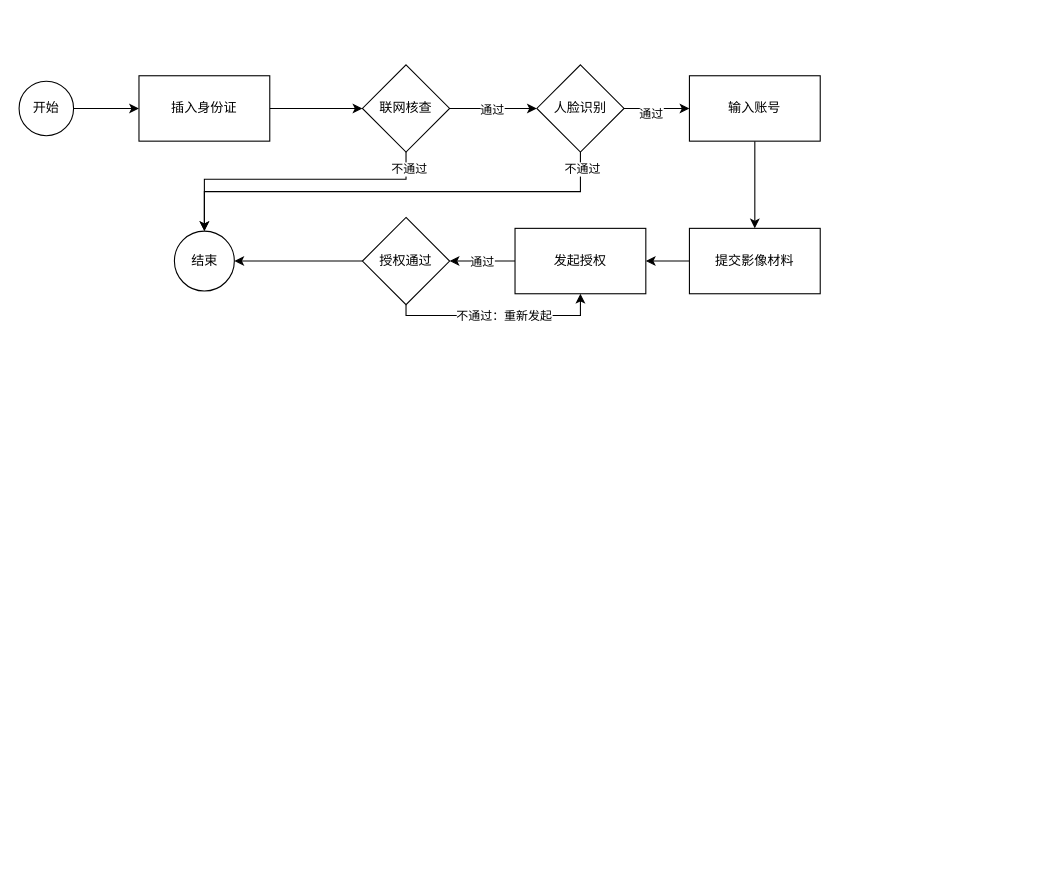
Earlier version of the draw.io diagram flat/移动展业久悬销户.drawio (dadadahei/UML). Source tidied: cells renumbered, new cells numbered last; positions are measured from the earlier drawing's top-left corner, leaving out a move shared by most shapes. Both pictures are drawn from the tidied source at 109%, with x=0, y=0 at pixel (19, 64).
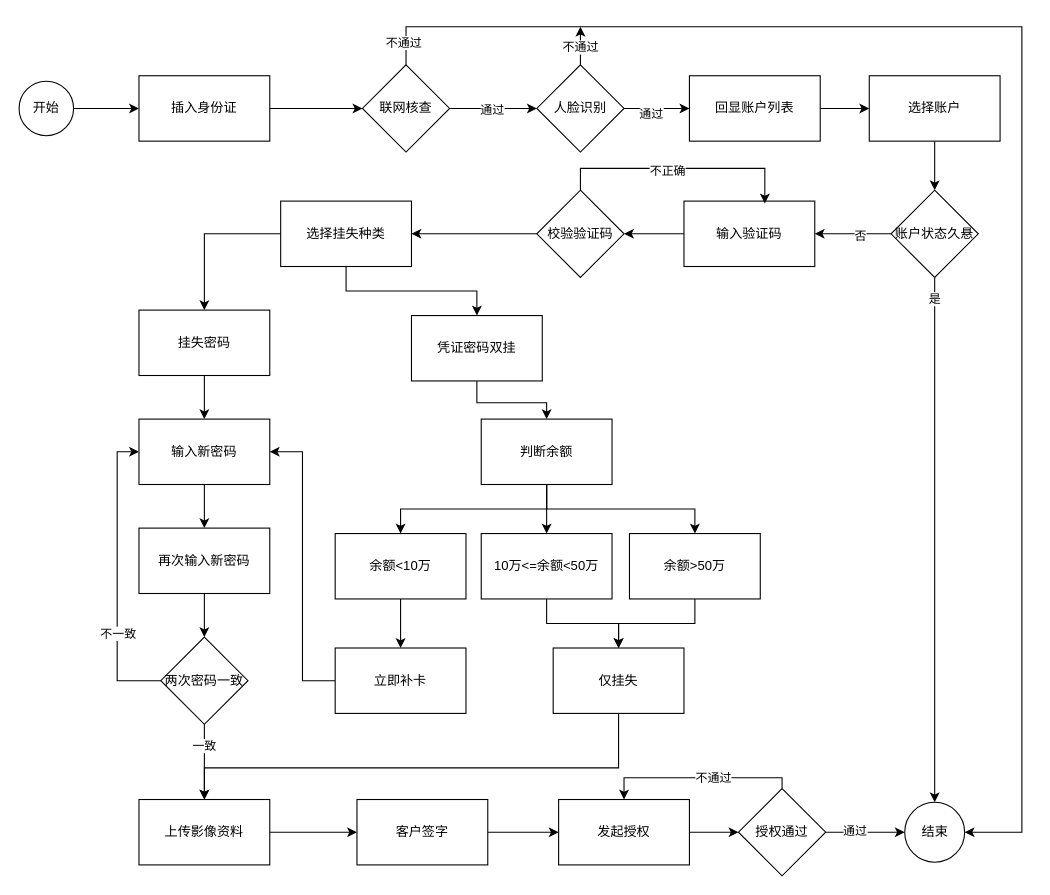
After the change.

Commit message:
移动展业挂失补卡.drawio

Unchanged cells that the change refers to:
```xml
<mxCell id="10" value="联网核查" style="rhombus;whiteSpace=wrap;html=1;" parent="1" vertex="1">
  <mxGeometry x="315" width="80" height="80" as="geometry" />
</mxCell>
<mxCell id="15" value="人脸识别" style="rhombus;whiteSpace=wrap;html=1;" parent="1" vertex="1">
  <mxGeometry x="475" width="80" height="80" as="geometry" />
</mxCell>
<mxCell id="20" style="edgeStyle=orthogonalEdgeStyle;rounded=0;jettySize=auto;html=1;" parent="1" edge="1" source="22" target="27">
  <mxGeometry relative="1" as="geometry" />
</mxCell>
```

Change to the diagram source:
```diff
@@
-    <mxCell id="8" style="edgeStyle=orthogonalEdgeStyle;rounded=0;jettySize=auto;html=1;entryX=0.5;entryY=0;entryDx=0;entryDy=0;" parent="1" edge="1" source="10" target="24">
+    <mxCell id="8" style="edgeStyle=orthogonalEdgeStyle;rounded=0;jettySize=auto;html=1;entryX=1;entryY=0.5;entryDx=0;entryDy=0;" parent="1" edge="1" source="10" target="24">
       <mxGeometry relative="1" as="geometry">
         <Array as="points">
-          <mxPoint x="355" y="105" />
-          <mxPoint x="170" y="105" />
+          <mxPoint x="355" y="-35" />
+          <mxPoint x="920" y="-35" />
+          <mxPoint x="920" y="704" />
         </Array>
       </mxGeometry>
     </mxCell>
-    <mxCell id="9" value="不通过" style="edgeLabel;html=1;align=center;verticalAlign=middle;" parent="8" vertex="1">
-      <mxGeometry x="-0.88" y="2" relative="1" as="geometry" />
-    </mxCell>
+    <mxCell id="28" value="不通过" style="edgeLabel;html=1;align=center;verticalAlign=middle;" parent="8" vertex="1">
+      <mxGeometry x="-0.97" y="3" relative="1" as="geometry" />
+    </mxCell>
@@
-    <mxCell id="13" style="edgeStyle=orthogonalEdgeStyle;rounded=0;jettySize=auto;html=1;entryX=0.5;entryY=0;entryDx=0;entryDy=0;exitX=0.5;exitY=1;exitDx=0;exitDy=0;" parent="1" edge="1" source="15" target="24">
-      <mxGeometry relative="1" as="geometry" />
-    </mxCell>
-    <mxCell id="14" value="不通过" style="edgeLabel;html=1;align=center;verticalAlign=middle;" parent="13" vertex="1">
-      <mxGeometry x="-0.93" y="1" relative="1" as="geometry" />
-    </mxCell>
+    <mxCell id="29" style="edgeStyle=orthogonalEdgeStyle;rounded=0;jettySize=auto;html=1;" parent="1" edge="1" source="15">
+      <mxGeometry relative="1" as="geometry">
+        <mxPoint x="515" y="-35" as="targetPoint" />
+      </mxGeometry>
+    </mxCell>
+    <mxCell id="30" value="不通过" style="edgeLabel;html=1;align=center;verticalAlign=middle;" parent="29" vertex="1">
+      <mxGeometry x="-0.16" y="1" relative="1" as="geometry">
+        <mxPoint y="-2" as="offset" />
+      </mxGeometry>
+    </mxCell>
@@
-    <mxCell id="16" style="edgeStyle=orthogonalEdgeStyle;rounded=0;jettySize=auto;html=1;" parent="1" edge="1" source="17">
-      <mxGeometry relative="1" as="geometry">
-        <mxPoint x="675" y="150" as="targetPoint" />
-      </mxGeometry>
-    </mxCell>
+    <mxCell id="31" style="edgeStyle=orthogonalEdgeStyle;rounded=0;jettySize=auto;html=1;" parent="1" edge="1" source="17" target="72">
+      <mxGeometry relative="1" as="geometry" />
+    </mxCell>
-    <mxCell id="17" value="输入账号" style="whiteSpace=wrap;html=1;" parent="1" vertex="1">
+    <mxCell id="17" value="回显账户列表" style="whiteSpace=wrap;html=1;" parent="1" vertex="1">
       <mxGeometry x="615" y="10" width="120" height="60" as="geometry" />
     </mxCell>
-    <mxCell id="18" style="edgeStyle=orthogonalEdgeStyle;rounded=0;jettySize=auto;html=1;" parent="1" edge="1" source="19" target="22">
-      <mxGeometry relative="1" as="geometry" />
-    </mxCell>
-    <mxCell id="19" value="提交影像材料" style="whiteSpace=wrap;html=1;" parent="1" vertex="1">
-      <mxGeometry x="615" y="150" width="120" height="60" as="geometry" />
-    </mxCell>
+    <mxCell id="24" value="结束" style="ellipse;whiteSpace=wrap;html=1;" parent="1" vertex="1">
+      <mxGeometry x="812.5" y="676.5" width="55" height="55" as="geometry" />
+    </mxCell>
+    <mxCell id="32" style="edgeStyle=orthogonalEdgeStyle;rounded=0;jettySize=auto;html=1;" parent="1" edge="1" source="33" target="35">
+      <mxGeometry relative="1" as="geometry" />
+    </mxCell>
+    <mxCell id="33" value="输入验证码" style="whiteSpace=wrap;html=1;" parent="1" vertex="1">
+      <mxGeometry x="610" y="125" width="120" height="60" as="geometry" />
+    </mxCell>
+    <mxCell id="34" style="edgeStyle=orthogonalEdgeStyle;rounded=0;jettySize=auto;html=1;" parent="1" edge="1" source="35" target="38">
+      <mxGeometry relative="1" as="geometry" />
+    </mxCell>
+    <mxCell id="35" value="校验验证码" style="rhombus;whiteSpace=wrap;html=1;" parent="1" vertex="1">
+      <mxGeometry x="475" y="115" width="80" height="80" as="geometry" />
+    </mxCell>
+    <mxCell id="36" style="edgeStyle=orthogonalEdgeStyle;rounded=0;jettySize=auto;html=1;" parent="1" edge="1" source="38" target="40">
+      <mxGeometry relative="1" as="geometry" />
+    </mxCell>
+    <mxCell id="37" style="edgeStyle=orthogonalEdgeStyle;rounded=0;jettySize=auto;html=1;" parent="1" edge="1" source="38" target="42">
+      <mxGeometry relative="1" as="geometry" />
+    </mxCell>
+    <mxCell id="38" value="选择挂失种类" style="whiteSpace=wrap;html=1;" parent="1" vertex="1">
+      <mxGeometry x="240" y="125" width="120" height="60" as="geometry" />
+    </mxCell>
+    <mxCell id="39" style="edgeStyle=orthogonalEdgeStyle;rounded=0;jettySize=auto;html=1;" parent="1" edge="1" source="40" target="44">
+      <mxGeometry relative="1" as="geometry" />
+    </mxCell>
+    <mxCell id="40" value="挂失密码" style="whiteSpace=wrap;html=1;" parent="1" vertex="1">
+      <mxGeometry x="110" y="225" width="120" height="60" as="geometry" />
+    </mxCell>
+    <mxCell id="41" style="edgeStyle=orthogonalEdgeStyle;rounded=0;jettySize=auto;html=1;" parent="1" edge="1" source="42" target="55">
+      <mxGeometry relative="1" as="geometry" />
+    </mxCell>
+    <mxCell id="42" value="凭证密码双挂" style="whiteSpace=wrap;html=1;" parent="1" vertex="1">
+      <mxGeometry x="360" y="230" width="120" height="60" as="geometry" />
+    </mxCell>
+    <mxCell id="43" style="edgeStyle=orthogonalEdgeStyle;rounded=0;jettySize=auto;html=1;" parent="1" edge="1" source="44" target="46">
+      <mxGeometry relative="1" as="geometry" />
+    </mxCell>
+    <mxCell id="44" value="输入新密码" style="whiteSpace=wrap;html=1;" parent="1" vertex="1">
+      <mxGeometry x="110" y="325" width="120" height="60" as="geometry" />
+    </mxCell>
+    <mxCell id="45" style="edgeStyle=orthogonalEdgeStyle;rounded=0;jettySize=auto;html=1;" parent="1" edge="1" source="46" target="51">
+      <mxGeometry relative="1" as="geometry" />
+    </mxCell>
+    <mxCell id="46" value="再次输入新密码" style="whiteSpace=wrap;html=1;" parent="1" vertex="1">
+      <mxGeometry x="110" y="425" width="120" height="60" as="geometry" />
+    </mxCell>
+    <mxCell id="47" style="edgeStyle=orthogonalEdgeStyle;rounded=0;jettySize=auto;html=1;" parent="1" edge="1" source="51" target="65">
+      <mxGeometry relative="1" as="geometry" />
+    </mxCell>
+    <mxCell id="48" value="一致" style="edgeLabel;html=1;align=center;verticalAlign=middle;" parent="47" vertex="1">
+      <mxGeometry x="-0.45" y="-1" relative="1" as="geometry" />
+    </mxCell>
+    <mxCell id="49" style="edgeStyle=orthogonalEdgeStyle;rounded=0;jettySize=auto;html=1;entryX=0;entryY=0.5;entryDx=0;entryDy=0;exitX=0;exitY=0.5;exitDx=0;exitDy=0;" parent="1" edge="1" source="51" target="44">
+      <mxGeometry relative="1" as="geometry" />
+    </mxCell>
+    <mxCell id="50" value="不一致" style="edgeLabel;html=1;align=center;verticalAlign=middle;" parent="49" vertex="1">
+      <mxGeometry x="-0.38" relative="1" as="geometry" />
+    </mxCell>
+    <mxCell id="51" value="两次密码一致" style="rhombus;whiteSpace=wrap;html=1;" parent="1" vertex="1">
+      <mxGeometry x="130" y="525" width="80" height="80" as="geometry" />
+    </mxCell>
+    <mxCell id="52" style="edgeStyle=orthogonalEdgeStyle;rounded=0;jettySize=auto;html=1;" parent="1" edge="1" source="55" target="57">
+      <mxGeometry relative="1" as="geometry" />
+    </mxCell>
+    <mxCell id="53" style="edgeStyle=orthogonalEdgeStyle;rounded=0;jettySize=auto;html=1;exitX=0.5;exitY=1;exitDx=0;exitDy=0;" parent="1" edge="1" source="55" target="61">
+      <mxGeometry relative="1" as="geometry" />
+    </mxCell>
+    <mxCell id="54" style="edgeStyle=orthogonalEdgeStyle;rounded=0;jettySize=auto;html=1;exitX=0.5;exitY=1;exitDx=0;exitDy=0;" parent="1" edge="1" source="55" target="63">
+      <mxGeometry relative="1" as="geometry" />
+    </mxCell>
+    <mxCell id="55" value="判断余额" style="whiteSpace=wrap;html=1;" parent="1" vertex="1">
+      <mxGeometry x="424" y="325" width="120" height="60" as="geometry" />
+    </mxCell>
+    <mxCell id="56" style="edgeStyle=orthogonalEdgeStyle;rounded=0;jettySize=auto;html=1;entryX=0.5;entryY=0;entryDx=0;entryDy=0;" parent="1" edge="1" source="57" target="70">
+      <mxGeometry relative="1" as="geometry" />
+    </mxCell>
+    <mxCell id="57" value="10万&amp;lt;=余额&amp;lt;50万" style="whiteSpace=wrap;html=1;" parent="1" vertex="1">
+      <mxGeometry x="424" y="430" width="120" height="60" as="geometry" />
+    </mxCell>
+    <mxCell id="58" style="edgeStyle=orthogonalEdgeStyle;rounded=0;jettySize=auto;html=1;entryX=1;entryY=0.5;entryDx=0;entryDy=0;" parent="1" edge="1" source="59" target="44">
+      <mxGeometry relative="1" as="geometry" />
+    </mxCell>
+    <mxCell id="59" value="立即补卡" style="whiteSpace=wrap;html=1;" parent="1" vertex="1">
+      <mxGeometry x="290" y="535" width="120" height="60" as="geometry" />
+    </mxCell>
+    <mxCell id="60" style="edgeStyle=orthogonalEdgeStyle;rounded=0;jettySize=auto;html=1;entryX=0.5;entryY=0;entryDx=0;entryDy=0;" parent="1" edge="1" source="61" target="70">
+      <mxGeometry relative="1" as="geometry" />
+    </mxCell>
+    <mxCell id="61" value="余额&amp;gt;50万" style="whiteSpace=wrap;html=1;" parent="1" vertex="1">
+      <mxGeometry x="560" y="430" width="120" height="60" as="geometry" />
+    </mxCell>
+    <mxCell id="62" style="edgeStyle=orthogonalEdgeStyle;rounded=0;jettySize=auto;html=1;" parent="1" edge="1" source="63" target="59">
+      <mxGeometry relative="1" as="geometry" />
+    </mxCell>
+    <mxCell id="63" value="余额&amp;lt;10万" style="whiteSpace=wrap;html=1;" parent="1" vertex="1">
+      <mxGeometry x="290" y="430" width="120" height="60" as="geometry" />
+    </mxCell>
+    <mxCell id="64" style="edgeStyle=orthogonalEdgeStyle;rounded=0;jettySize=auto;html=1;" parent="1" edge="1" source="65" target="67">
+      <mxGeometry relative="1" as="geometry" />
+    </mxCell>
+    <mxCell id="65" value="上传影像资料" style="whiteSpace=wrap;html=1;" parent="1" vertex="1">
+      <mxGeometry x="110" y="674" width="120" height="60" as="geometry" />
+    </mxCell>
+    <mxCell id="66" style="edgeStyle=orthogonalEdgeStyle;rounded=0;jettySize=auto;html=1;" parent="1" edge="1" source="67" target="22">
+      <mxGeometry relative="1" as="geometry" />
+    </mxCell>
+    <mxCell id="67" value="客户签字" style="whiteSpace=wrap;html=1;" parent="1" vertex="1">
+      <mxGeometry x="310" y="674" width="120" height="60" as="geometry" />
+    </mxCell>
+    <mxCell id="23" style="edgeStyle=orthogonalEdgeStyle;rounded=0;jettySize=auto;html=1;" parent="1" edge="1" source="27" target="24">
+      <mxGeometry relative="1" as="geometry" />
+    </mxCell>
+    <mxCell id="21" value="通过" style="edgeLabel;html=1;align=center;verticalAlign=middle;" parent="23" vertex="1">
+      <mxGeometry x="-0.28" y="2" relative="1" as="geometry" />
+    </mxCell>
+    <mxCell id="25" style="edgeStyle=orthogonalEdgeStyle;rounded=0;jettySize=auto;html=1;entryX=0.5;entryY=0;entryDx=0;entryDy=0;" parent="1" edge="1" source="27" target="22">
+      <mxGeometry relative="1" as="geometry">
+        <Array as="points">
+          <mxPoint x="700" y="654" />
+          <mxPoint x="555" y="654" />
+        </Array>
+      </mxGeometry>
+    </mxCell>
+    <mxCell id="68" value="不通过" style="edgeLabel;html=1;align=center;verticalAlign=middle;" parent="25" vertex="1">
+      <mxGeometry x="-0.15" y="-1" relative="1" as="geometry" />
+    </mxCell>
+    <mxCell id="27" value="授权通过" style="rhombus;whiteSpace=wrap;html=1;" parent="1" vertex="1">
+      <mxGeometry x="660" y="664" width="80" height="80" as="geometry" />
+    </mxCell>
@@
-    <mxCell id="21" value="通过" style="edgeLabel;html=1;align=center;verticalAlign=middle;" parent="20" vertex="1">
-      <mxGeometry x="0.02" relative="1" as="geometry" />
-    </mxCell>
     <mxCell id="22" value="发起授权" style="whiteSpace=wrap;html=1;" parent="1" vertex="1">
-      <mxGeometry x="455" y="150" width="120" height="60" as="geometry" />
+      <mxGeometry x="495" y="674" width="120" height="60" as="geometry" />
     </mxCell>
-    <mxCell id="23" style="edgeStyle=orthogonalEdgeStyle;rounded=0;jettySize=auto;html=1;" parent="1" edge="1" source="27" target="24">
-      <mxGeometry relative="1" as="geometry" />
-    </mxCell>
-    <mxCell id="24" value="结束" style="ellipse;whiteSpace=wrap;html=1;" parent="1" vertex="1">
-      <mxGeometry x="142.5" y="152.5" width="55" height="55" as="geometry" />
-    </mxCell>
-    <mxCell id="25" style="edgeStyle=orthogonalEdgeStyle;rounded=0;jettySize=auto;html=1;entryX=0.5;entryY=1;entryDx=0;entryDy=0;" parent="1" edge="1" source="27" target="22">
-      <mxGeometry relative="1" as="geometry">
-        <Array as="points">
-          <mxPoint x="355" y="230" />
-          <mxPoint x="515" y="230" />
-        </Array>
-      </mxGeometry>
-    </mxCell>
-    <mxCell id="26" value="不通过：重新发起" style="edgeLabel;html=1;align=center;verticalAlign=middle;" parent="25" vertex="1">
-      <mxGeometry x="0.04" relative="1" as="geometry" />
-    </mxCell>
-    <mxCell id="27" value="授权通过" style="rhombus;whiteSpace=wrap;html=1;" parent="1" vertex="1">
-      <mxGeometry x="315" y="140" width="80" height="80" as="geometry" />
-    </mxCell>
+    <mxCell id="69" style="edgeStyle=orthogonalEdgeStyle;rounded=0;jettySize=auto;html=1;entryX=0.5;entryY=0;entryDx=0;entryDy=0;" parent="1" edge="1" source="70" target="65">
+      <mxGeometry relative="1" as="geometry">
+        <Array as="points">
+          <mxPoint x="550" y="645" />
+          <mxPoint x="170" y="645" />
+        </Array>
+      </mxGeometry>
+    </mxCell>
+    <mxCell id="70" value="仅挂失" style="whiteSpace=wrap;html=1;" parent="1" vertex="1">
+      <mxGeometry x="490" y="535" width="120" height="60" as="geometry" />
+    </mxCell>
+    <mxCell id="71" style="edgeStyle=orthogonalEdgeStyle;rounded=0;jettySize=auto;html=1;" parent="1" edge="1" source="72" target="77">
+      <mxGeometry relative="1" as="geometry" />
+    </mxCell>
+    <mxCell id="72" value="选择账户" style="whiteSpace=wrap;html=1;" parent="1" vertex="1">
+      <mxGeometry x="780" y="10" width="120" height="60" as="geometry" />
+    </mxCell>
+    <mxCell id="73" style="edgeStyle=orthogonalEdgeStyle;rounded=0;jettySize=auto;html=1;" parent="1" edge="1" source="77" target="33">
+      <mxGeometry relative="1" as="geometry" />
+    </mxCell>
+    <mxCell id="74" value="否" style="edgeLabel;html=1;align=center;verticalAlign=middle;" parent="73" vertex="1">
+      <mxGeometry x="-0.17" y="1" relative="1" as="geometry" />
+    </mxCell>
+    <mxCell id="75" style="edgeStyle=orthogonalEdgeStyle;rounded=0;jettySize=auto;html=1;" parent="1" edge="1" source="77" target="24">
+      <mxGeometry relative="1" as="geometry" />
+    </mxCell>
+    <mxCell id="76" value="是" style="edgeLabel;html=1;align=center;verticalAlign=middle;" parent="75" vertex="1">
+      <mxGeometry x="-0.92" y="-1" relative="1" as="geometry" />
+    </mxCell>
+    <mxCell id="77" value="账户状态久悬" style="rhombus;whiteSpace=wrap;html=1;" parent="1" vertex="1">
+      <mxGeometry x="800" y="115" width="80" height="80" as="geometry" />
+    </mxCell>
+    <mxCell id="78" style="edgeStyle=orthogonalEdgeStyle;rounded=0;jettySize=auto;html=1;entryX=0.618;entryY=0.036;entryDx=0;entryDy=0;entryPerimeter=0;" parent="1" edge="1" source="35" target="33">
+      <mxGeometry relative="1" as="geometry">
+        <Array as="points">
+          <mxPoint x="515" y="95" />
+          <mxPoint x="684" y="95" />
+        </Array>
+      </mxGeometry>
+    </mxCell>
+    <mxCell id="79" value="不正确" style="edgeLabel;html=1;align=center;verticalAlign=middle;" parent="78" vertex="1">
+      <mxGeometry x="-0.11" y="-2" relative="1" as="geometry" />
+    </mxCell>
```
